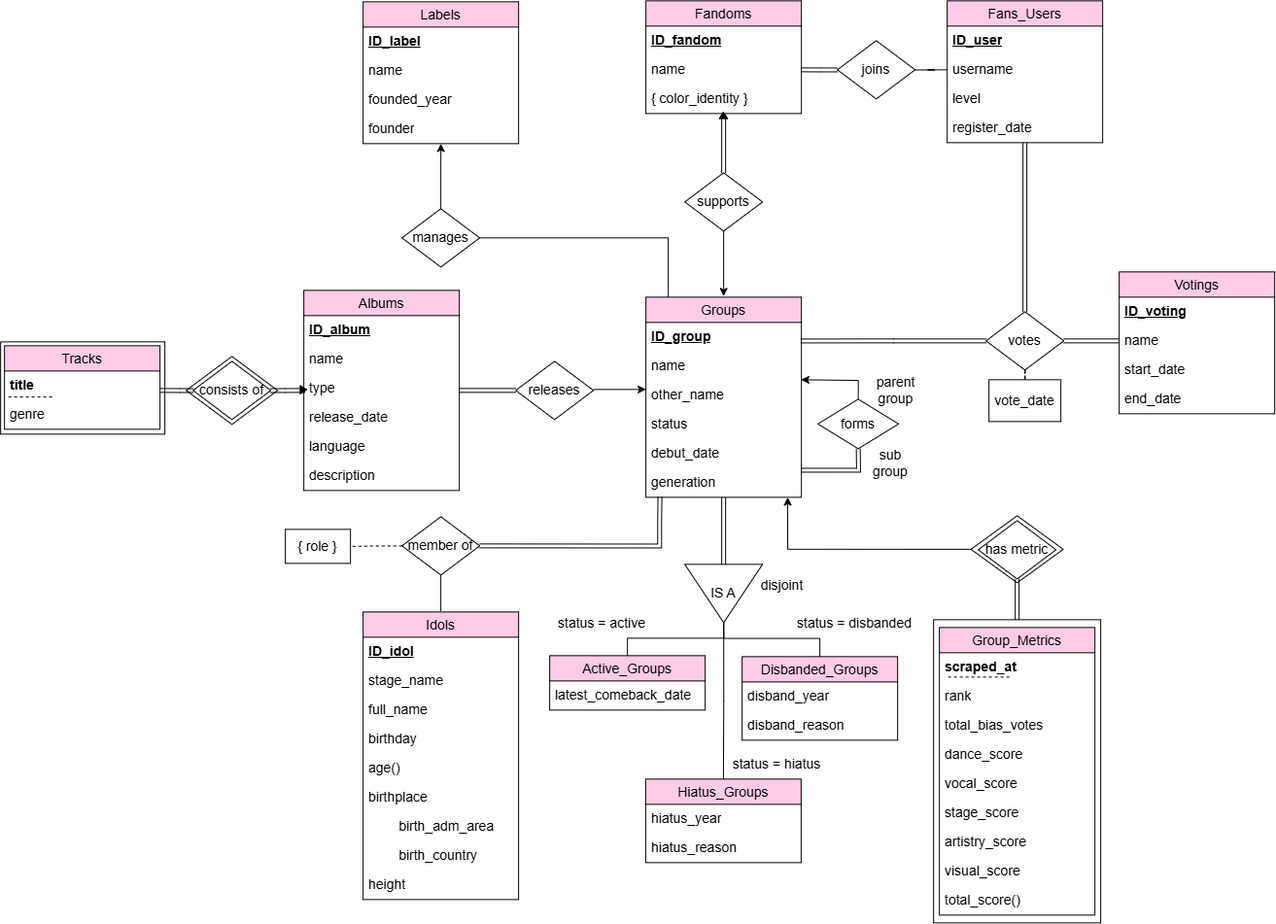
hantania/Seleksi-2026-Tugas-1 keeps this draw.io diagram as Data Storing/design/KPOPBD_ERD.png. Above is the earlier version. Source tidied: cells renumbered, new cells last; positions are measured from the earlier drawing's top-left corner, leaving out a move shared by most shapes.
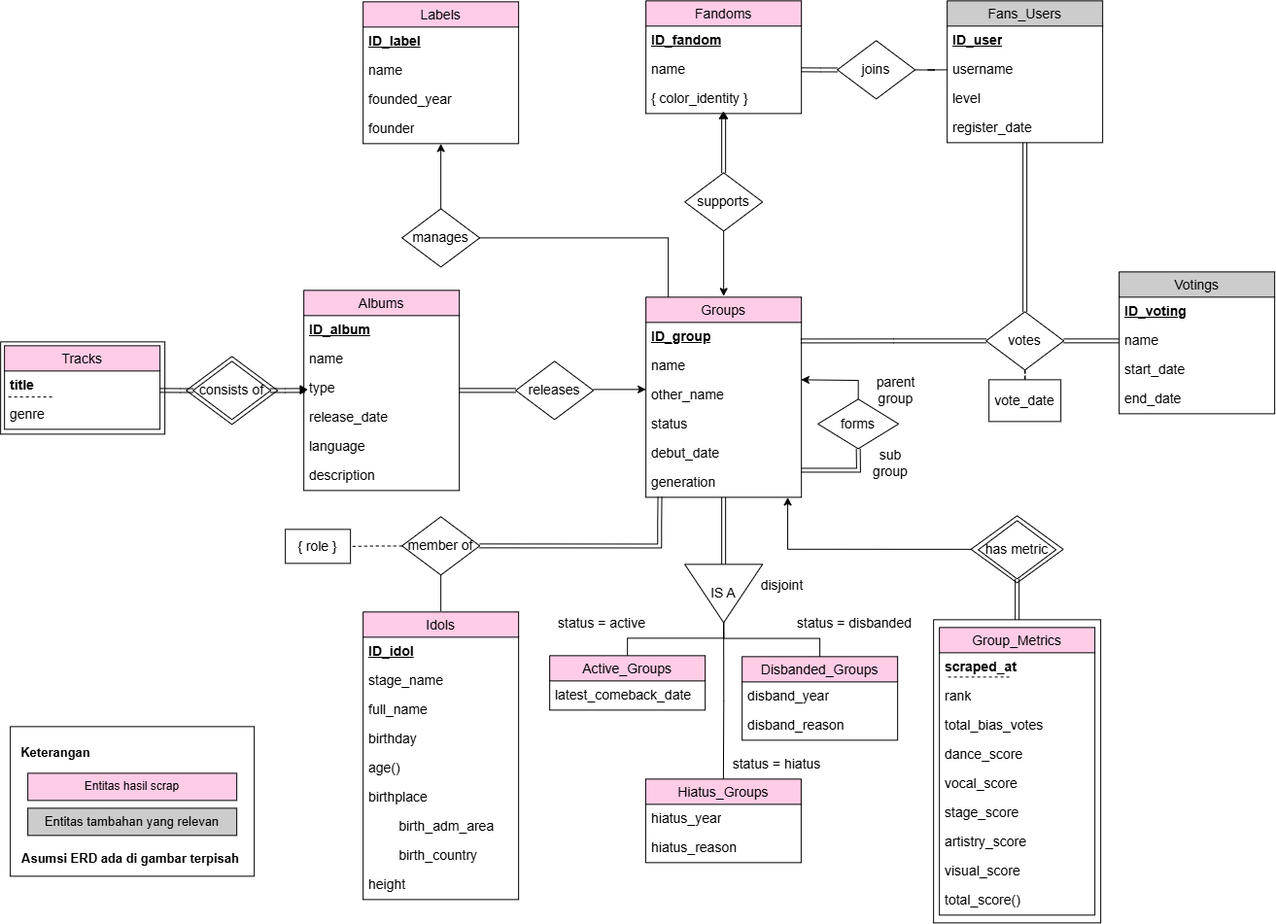
After the change.

What changed in the source:
```diff
@@ -111,7 +111,7 @@
     <mxCell id="34" value="{ color_identity }" style="text;strokeColor=none;fillColor=none;spacingLeft=4;spacingRight=4;overflow=hidden;fontSize=14;whiteSpace=wrap;html=1;" parent="31" vertex="1">
       <mxGeometry y="86" width="160" height="30" as="geometry" />
     </mxCell>
-    <mxCell id="35" value="Fans_Users" style="swimlane;fontStyle=0;horizontal=1;startSize=26;align=center;fontSize=14;fillColor=#FFCCE6;" parent="1" vertex="1">
+    <mxCell id="35" value="Fans_Users" style="swimlane;fontStyle=0;horizontal=1;startSize=26;align=center;fontSize=14;fillColor=#CCCCCC;fontColor=#000000;" parent="1" vertex="1">
       <mxGeometry x="974" width="160" height="146" as="geometry" />
     </mxCell>
     <mxCell id="36" value="&lt;b&gt;&lt;u&gt;ID_user&lt;/u&gt;&lt;/b&gt;" style="text;strokeColor=none;fillColor=none;spacingLeft=4;spacingRight=4;overflow=hidden;fontSize=14;whiteSpace=wrap;html=1;" parent="35" vertex="1">
@@ -277,7 +277,7 @@
         <mxPoint x="823.2" y="350.1" as="targetPoint" />
       </mxGeometry>
     </mxCell>
-    <mxCell id="84" value="Votings" style="swimlane;fontStyle=0;horizontal=1;startSize=26;align=center;fontSize=14;fillColor=#FFCCE6;" parent="1" vertex="1">
+    <mxCell id="84" value="Votings" style="swimlane;fontStyle=0;horizontal=1;startSize=26;align=center;fontSize=14;fillColor=#CCCCCC;fontColor=#000000;" parent="1" vertex="1">
       <mxGeometry x="1151" y="279" width="160" height="146" as="geometry" />
     </mxCell>
     <mxCell id="85" value="&lt;b&gt;&lt;u&gt;ID_voting&lt;/u&gt;&lt;/b&gt;" style="text;strokeColor=none;fillColor=none;spacingLeft=4;spacingRight=4;overflow=hidden;fontSize=14;whiteSpace=wrap;html=1;" parent="84" vertex="1">
@@ -402,5 +402,20 @@
     <mxCell id="116" style="edgeStyle=orthogonalEdgeStyle;rounded=0;jettySize=auto;html=1;exitX=0;exitY=0.5;exitDx=0;exitDy=0;entryX=0.912;entryY=0.999;entryDx=0;entryDy=0;entryPerimeter=0;fontSize=14;" parent="1" edge="1" source="3" target="16">
       <mxGeometry relative="1" as="geometry" />
     </mxCell>
+    <mxCell id="117" style="swimlane;startSize=0;" parent="1" vertex="1">
+      <mxGeometry x="10" y="747" width="251" height="154" as="geometry" />
+    </mxCell>
+    <mxCell id="118" value="Entitas tambahan yang relevan" style="rounded=0;whiteSpace=wrap;html=1;fillColor=#CCCCCC;fontSize=13;fontColor=#000000;" parent="117" vertex="1">
+      <mxGeometry x="18" y="84" width="215" height="28" as="geometry" />
+    </mxCell>
+    <mxCell id="119" value="&lt;font style=&quot;font-size: 13px;&quot;&gt;&lt;b&gt;Keterangan&lt;/b&gt;&lt;/font&gt;" style="text;html=1;whiteSpace=wrap;strokeColor=none;fillColor=none;align=center;verticalAlign=middle;rounded=0;" parent="117" vertex="1">
+      <mxGeometry x="17" y="12" width="60" height="30" as="geometry" />
+    </mxCell>
+    <mxCell id="120" value="Entitas hasil scrap" style="rounded=0;whiteSpace=wrap;html=1;fillColor=#FFCCE6;" parent="117" vertex="1">
+      <mxGeometry x="18" y="48" width="215" height="28" as="geometry" />
+    </mxCell>
+    <mxCell id="121" value="&lt;font style=&quot;font-size: 13px;&quot;&gt;&lt;b&gt;Asumsi ERD ada di gambar terpisah&lt;/b&gt;&lt;/font&gt;" style="text;html=1;whiteSpace=wrap;strokeColor=none;fillColor=none;align=center;verticalAlign=middle;rounded=0;" parent="117" vertex="1">
+      <mxGeometry x="8" y="121" width="232" height="30" as="geometry" />
+    </mxCell>
   </root>
 </mxGraphModel>
```
